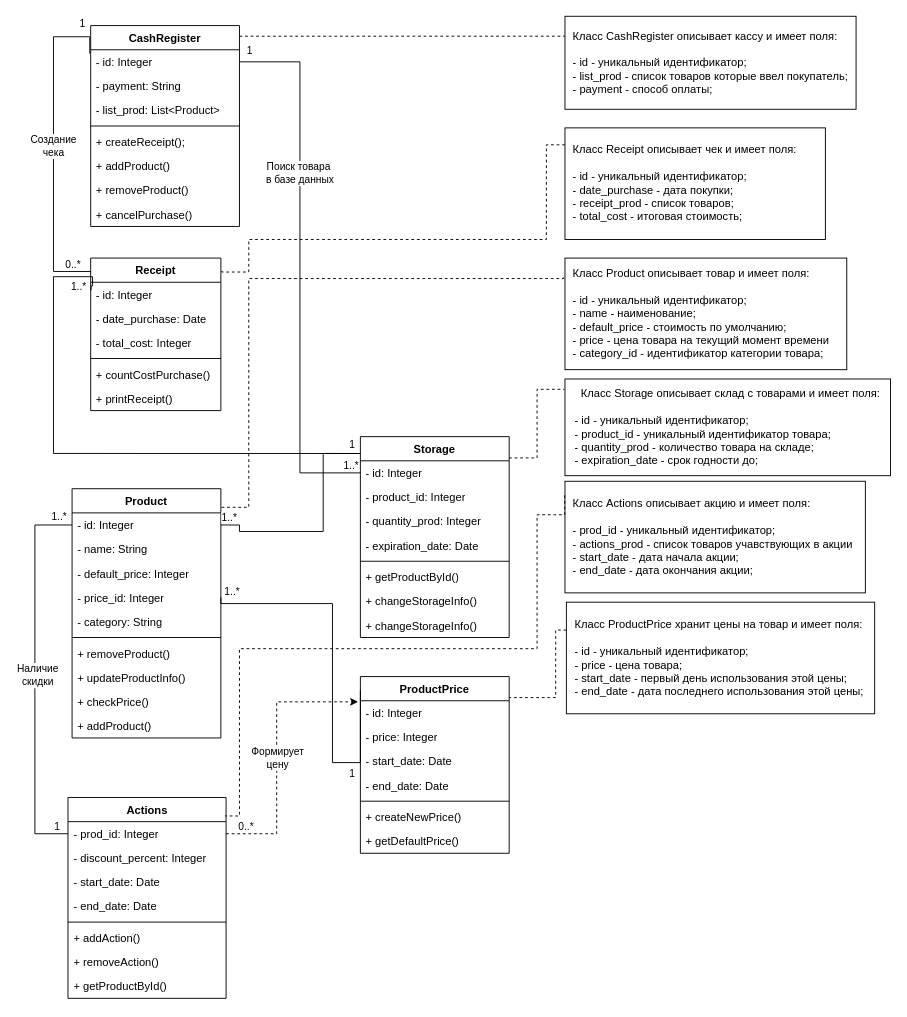
This is page "Страница — 1" (1 of 3) of Диаграмма без названия.drawio from IlyaSannikow/Machine-learning, a draw.io file, before an edit. Source tidied: cells renumbered, new cells numbered last; positions are measured from the earlier drawing's top-left corner, leaving out a move shared by most shapes. Both pictures are drawn from the tidied source at 93%, with x=0, y=0 at pixel (34, 16).
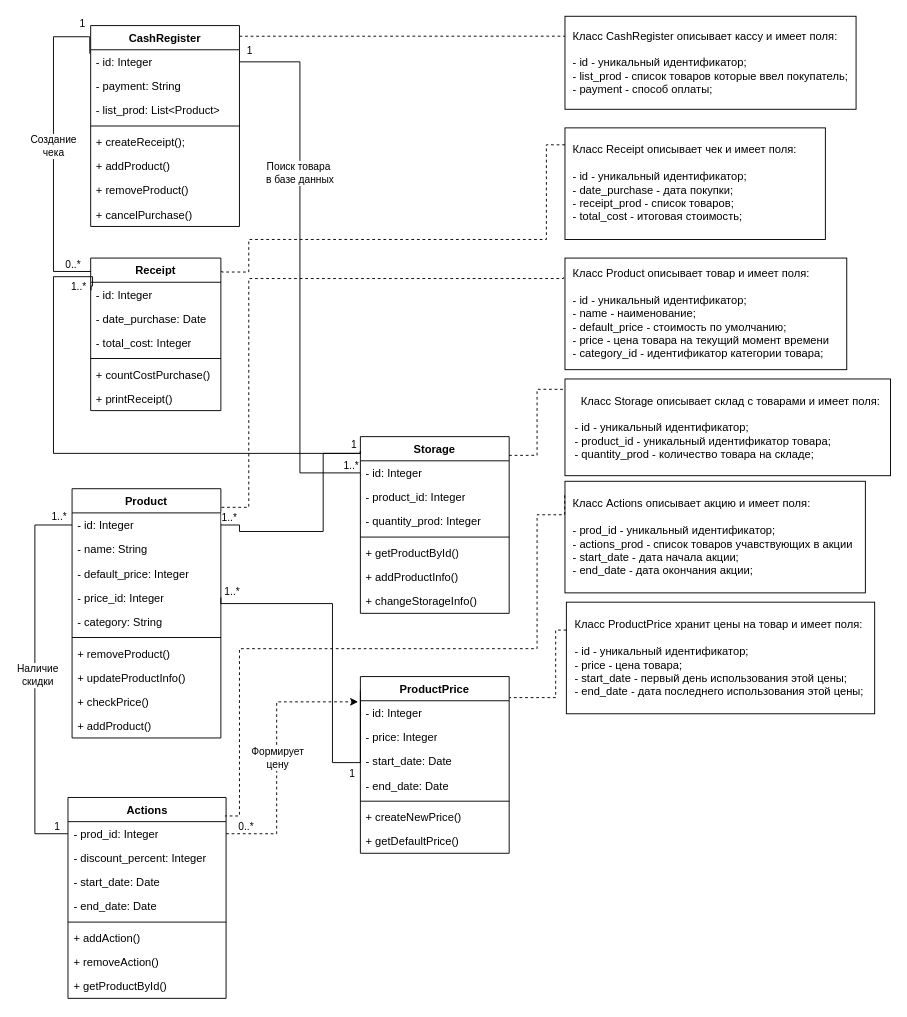
Above is the later version.

Commit message:
Обновил UML

Change to the diagram source:
```diff
@@
     <mxCell id="14" value="Storage" style="swimlane;fontStyle=1;align=center;verticalAlign=top;horizontal=1;startSize=26;whiteSpace=wrap;html=1;" parent="1" vertex="1">
-      <mxGeometry x="350" y="452" width="160" height="216" as="geometry" />
+      <mxGeometry x="350" y="452" width="160" height="190" as="geometry" />
     </mxCell>
@@
-    <mxCell id="18" value="- expiration_date: Date" style="text;strokeColor=none;fillColor=none;align=left;verticalAlign=top;spacingLeft=4;spacingRight=4;overflow=hidden;whiteSpace=wrap;html=1;" parent="14" vertex="1">
-      <mxGeometry y="104" width="160" height="26" as="geometry" />
-    </mxCell>
     <mxCell id="19" style="line;strokeWidth=1;fillColor=none;align=left;verticalAlign=middle;spacingTop=-1;spacingLeft=3;spacingRight=3;labelPosition=right;strokeColor=inherit;" parent="14" vertex="1">
-      <mxGeometry y="130" width="160" height="8" as="geometry" />
+      <mxGeometry y="104" width="160" height="8" as="geometry" />
     </mxCell>
     <mxCell id="20" value="+ getProductById()" style="text;strokeColor=none;fillColor=none;align=left;verticalAlign=top;spacingLeft=4;spacingRight=4;overflow=hidden;whiteSpace=wrap;html=1;" parent="14" vertex="1">
-      <mxGeometry y="138" width="160" height="26" as="geometry" />
+      <mxGeometry y="112" width="160" height="26" as="geometry" />
     </mxCell>
+    <mxCell id="90" value="+ addProductInfo()" style="text;strokeColor=none;fillColor=none;align=left;verticalAlign=top;spacingLeft=4;spacingRight=4;overflow=hidden;whiteSpace=wrap;html=1;" parent="14" vertex="1">
+      <mxGeometry y="138" width="160" height="26" as="geometry" />
+    </mxCell>
@@
-    <mxCell id="22" value="+ changeStorageInfo()" style="text;strokeColor=none;fillColor=none;align=left;verticalAlign=top;spacingLeft=4;spacingRight=4;overflow=hidden;whiteSpace=wrap;html=1;" parent="14" vertex="1">
-      <mxGeometry y="190" width="160" height="26" as="geometry" />
-    </mxCell>
-    <mxCell id="23" value="&lt;div style=&quot;text-align: left;&quot;&gt;&lt;span style=&quot;background-color: initial;&quot;&gt;&amp;nbsp; Класс Storage описывает склад с товарами и имеет поля:&lt;/span&gt;&lt;/div&gt;&lt;div style=&quot;text-align: left;&quot;&gt;&lt;span style=&quot;background-color: initial;&quot;&gt;&lt;br&gt;&lt;/span&gt;&lt;/div&gt;&lt;div style=&quot;text-align: left;&quot;&gt;&lt;span style=&quot;background-color: initial;&quot;&gt;- id - уникальный идентификатор;&lt;/span&gt;&lt;br&gt;&lt;/div&gt;&lt;div style=&quot;text-align: left;&quot;&gt;- product_id - уникальный идентификатор товара;&amp;nbsp;&lt;/div&gt;&lt;div style=&quot;text-align: left;&quot;&gt;&lt;span style=&quot;background-color: initial;&quot;&gt;- quantity_prod - количество товара на складе;&lt;/span&gt;&lt;/div&gt;&lt;div style=&quot;text-align: left;&quot;&gt;- expiration_date - срок годности до;&lt;br&gt;&lt;/div&gt;" style="html=1;whiteSpace=wrap;perimeterSpacing=0;" parent="1" vertex="1">
+    <mxCell id="23" value="&lt;div style=&quot;text-align: left;&quot;&gt;&lt;span style=&quot;background-color: initial;&quot;&gt;&amp;nbsp; Класс Storage описывает склад с товарами и имеет поля:&lt;/span&gt;&lt;/div&gt;&lt;div style=&quot;text-align: left;&quot;&gt;&lt;span style=&quot;background-color: initial;&quot;&gt;&lt;br&gt;&lt;/span&gt;&lt;/div&gt;&lt;div style=&quot;text-align: left;&quot;&gt;&lt;span style=&quot;background-color: initial;&quot;&gt;- id - уникальный идентификатор;&lt;/span&gt;&lt;br&gt;&lt;/div&gt;&lt;div style=&quot;text-align: left;&quot;&gt;- product_id - уникальный идентификатор товара;&amp;nbsp;&lt;/div&gt;&lt;div style=&quot;text-align: left;&quot;&gt;&lt;span style=&quot;background-color: initial;&quot;&gt;- quantity_prod - количество товара на складе;&lt;/span&gt;&lt;/div&gt;" style="html=1;whiteSpace=wrap;perimeterSpacing=0;" parent="1" vertex="1">
       <mxGeometry x="570" y="390" width="350" height="104" as="geometry" />
     </mxCell>
```
